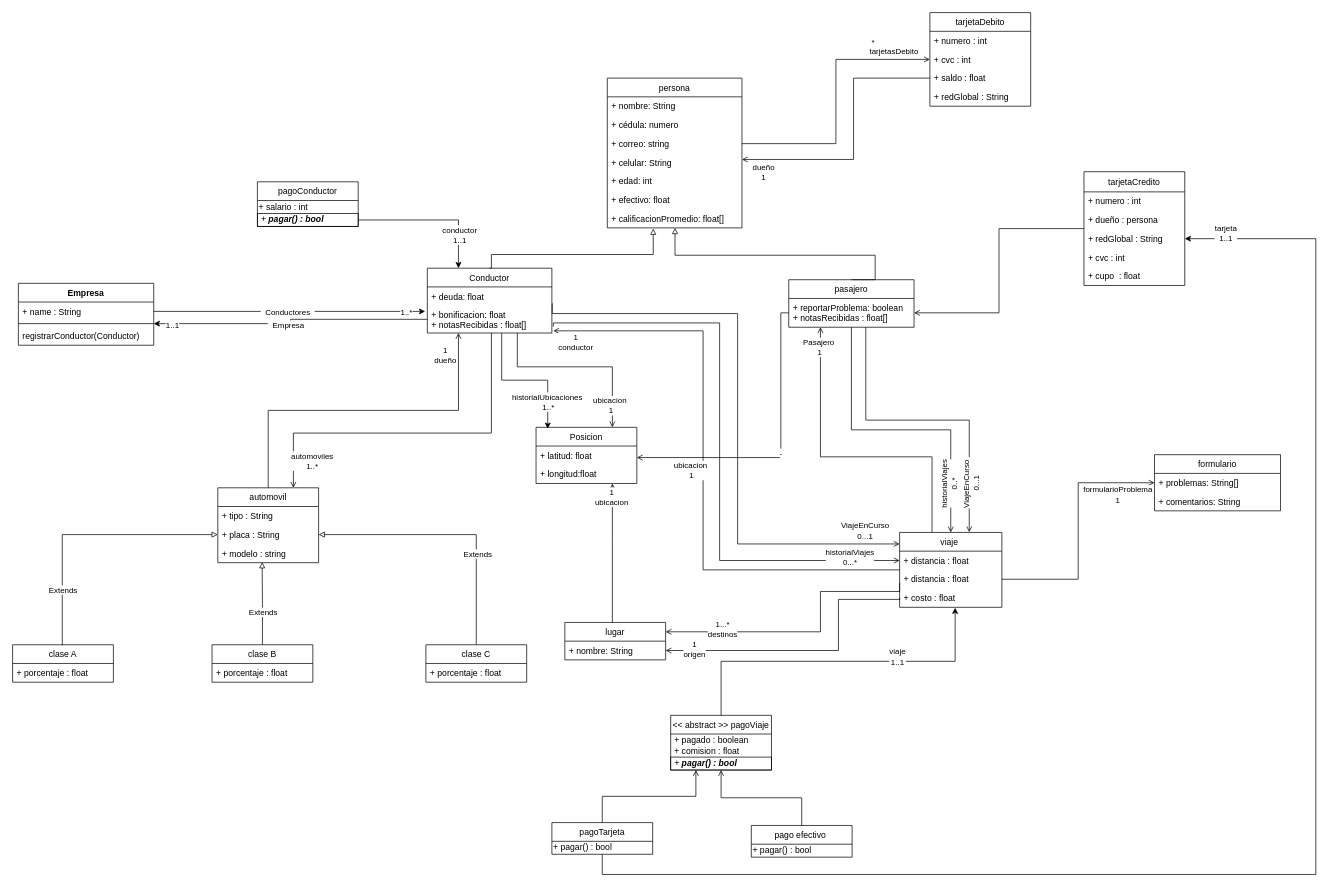
DPOO2022-1-SEC04-G08/Taller2 keeps this draw.io diagram as Untitled Diagram.drawio. Above is the earlier version. Source tidied: cells renumbered, new cells numbered last; positions are measured from the earlier drawing's top-left corner, leaving out a move shared by most shapes. Both pictures are drawn from the tidied source at 72%, with x=0, y=0 at pixel (12, 12).
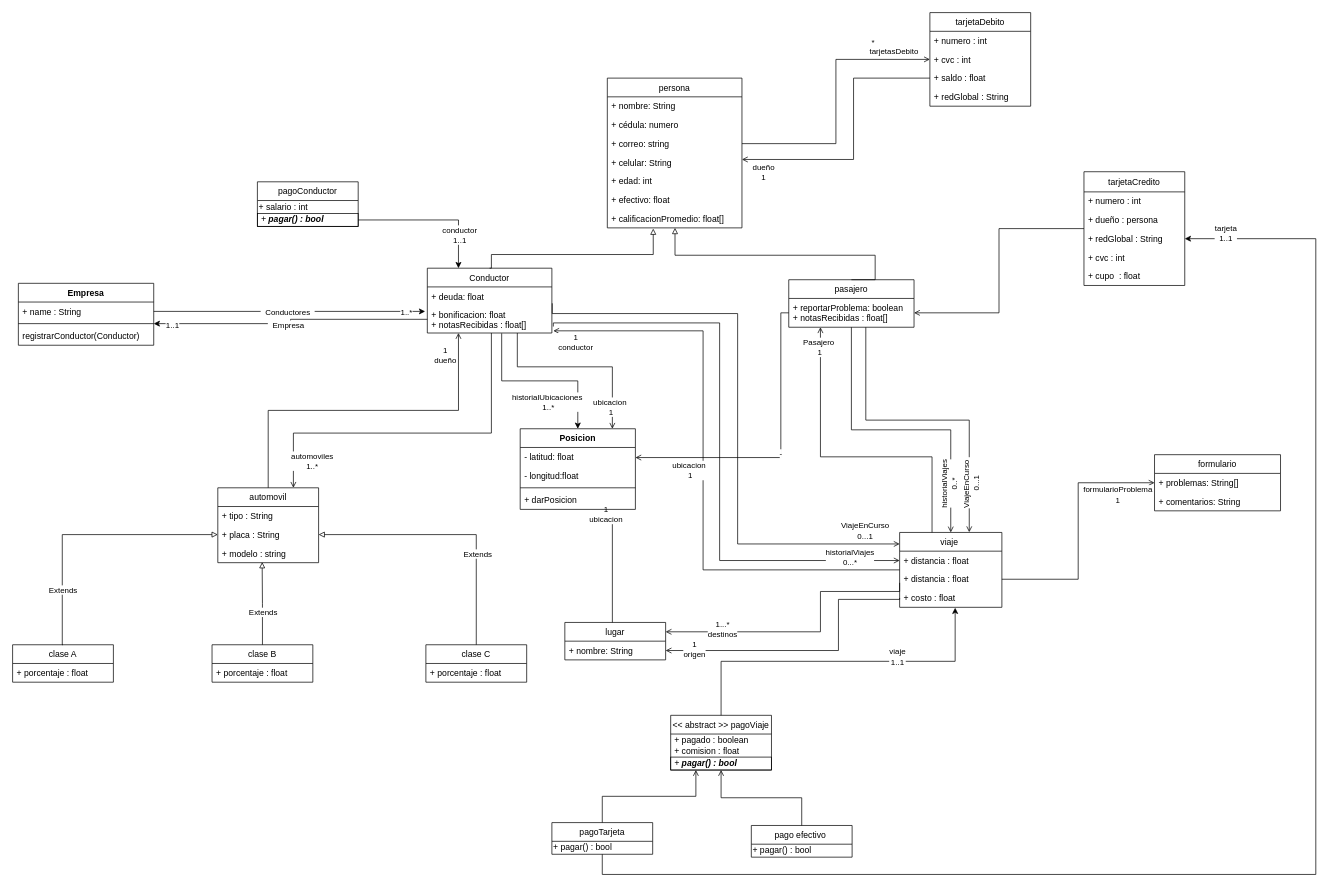
After the change.

Commit message:
primer diagrama

Unchanged cells that the change refers to:
```xml
<mxCell id="26" value="+ reportarProblema: boolean&#10;+ notasRecibidas : float[]&#10;" style="text;strokeColor=none;fillColor=none;align=left;verticalAlign=top;spacingLeft=4;spacingRight=4;overflow=hidden;points=[[0,0.5],[1,0.5]];portConstraint=eastwest;" parent="25" vertex="1">
  <mxGeometry y="26" width="174" height="40" as="geometry" />
</mxCell>
<mxCell id="43" value="+ bonificacion: float&#10;+ notasRecibidas : float[]" style="text;strokeColor=none;fillColor=none;align=left;verticalAlign=top;spacingLeft=4;spacingRight=4;overflow=hidden;points=[[0,0.5],[1,0.5]];portConstraint=eastwest;" parent="41" vertex="1">
  <mxGeometry y="52" width="173" height="38" as="geometry" />
</mxCell>
<mxCell id="46" value="lugar" style="swimlane;fontStyle=0;horizontal=1;startSize=26;fillColor=none;" parent="1" vertex="1">
  <mxGeometry x="767" y="847" width="140" height="52" as="geometry" />
</mxCell>
```

The edit, as a diff of the source:
```diff
@@
-    <mxCell id="23" value="-" style="edgeStyle=orthogonalEdgeStyle;rounded=0;jettySize=auto;html=1;entryX=1;entryY=0.5;entryDx=0;entryDy=0;endArrow=open;endFill=0;exitX=0;exitY=0.5;exitDx=0;exitDy=0;" parent="1" edge="1" source="26">
+    <mxCell id="23" value="-" style="edgeStyle=orthogonalEdgeStyle;rounded=0;jettySize=auto;html=1;endArrow=open;endFill=0;exitX=0;exitY=0.5;exitDx=0;exitDy=0;" parent="1" edge="1" source="26" target="122">
       <mxGeometry relative="1" as="geometry">
-        <mxPoint x="867" y="618" as="targetPoint" />
         <Array as="points">
           <mxPoint x="1067" y="417" />
           <mxPoint x="1067" y="618" />
         </Array>
       </mxGeometry>
     </mxCell>
@@
-    <mxCell id="44" style="edgeStyle=orthogonalEdgeStyle;rounded=0;jettySize=auto;html=1;endArrow=open;endFill=0;" parent="1" edge="1" source="46" target="102">
+    <mxCell id="44" style="edgeStyle=orthogonalEdgeStyle;rounded=0;jettySize=auto;html=1;endArrow=open;endFill=0;entryX=0.631;entryY=1.154;entryDx=0;entryDy=0;entryPerimeter=0;" parent="1" edge="1" source="46" target="125">
       <mxGeometry relative="1" as="geometry">
         <Array as="points">
-          <mxPoint x="833" y="732" />
-          <mxPoint x="833" y="732" />
+          <mxPoint x="833" y="694" />
         </Array>
       </mxGeometry>
     </mxCell>
@@
-    <mxCell id="100" value="Posicion" style="swimlane;fontStyle=0;horizontal=1;startSize=26;fillColor=none;" parent="1" vertex="1">
-      <mxGeometry x="727" y="576" width="140" height="78" as="geometry" />
-    </mxCell>
-    <mxCell id="101" value="+ latitud: float&#10;" style="text;strokeColor=none;fillColor=none;align=left;verticalAlign=top;spacingLeft=4;spacingRight=4;overflow=hidden;" parent="100" vertex="1">
-      <mxGeometry y="26" width="140" height="26" as="geometry" />
-    </mxCell>
-    <mxCell id="102" value="+ longitud:float" style="text;strokeColor=none;fillColor=none;align=left;verticalAlign=top;spacingLeft=4;spacingRight=4;overflow=hidden;points=[[0,0.5],[1,0.5]];portConstraint=eastwest;" parent="100" vertex="1">
-      <mxGeometry y="52" width="140" height="26" as="geometry" />
-    </mxCell>
@@
-    <mxCell id="120" style="edgeStyle=orthogonalEdgeStyle;rounded=0;jettySize=auto;html=1;entryX=0.116;entryY=0.026;entryDx=0;entryDy=0;entryPerimeter=0;exitX=0.597;exitY=1.011;exitDx=0;exitDy=0;exitPerimeter=0;" parent="1" edge="1" source="43" target="100">
+    <mxCell id="120" style="edgeStyle=orthogonalEdgeStyle;rounded=0;jettySize=auto;html=1;exitX=0.597;exitY=1.011;exitDx=0;exitDy=0;exitPerimeter=0;" parent="1" edge="1" source="43" target="100">
       <mxGeometry relative="1" as="geometry" />
     </mxCell>
@@
+    <mxCell id="100" value="Posicion" style="swimlane;fontStyle=1;align=center;verticalAlign=top;horizontal=1;startSize=26;" parent="1" vertex="1">
+      <mxGeometry x="705" y="578" width="160" height="112" as="geometry" />
+    </mxCell>
+    <mxCell id="122" value="- latitud: float" style="text;strokeColor=none;fillColor=none;align=left;verticalAlign=top;spacingLeft=4;spacingRight=4;overflow=hidden;points=[[0,0.5],[1,0.5]];portConstraint=eastwest;" parent="100" vertex="1">
+      <mxGeometry y="26" width="160" height="26" as="geometry" />
+    </mxCell>
+    <mxCell id="123" value="- longitud:float" style="text;strokeColor=none;fillColor=none;align=left;verticalAlign=top;spacingLeft=4;spacingRight=4;overflow=hidden;" parent="100" vertex="1">
+      <mxGeometry y="52" width="160" height="26" as="geometry" />
+    </mxCell>
+    <mxCell id="124" style="line;strokeWidth=1;fillColor=none;align=left;verticalAlign=middle;spacingTop=-1;spacingLeft=3;spacingRight=3;labelPosition=right;" parent="100" vertex="1">
+      <mxGeometry y="78" width="160" height="8" as="geometry" />
+    </mxCell>
+    <mxCell id="125" value="+ darPosicion" style="text;strokeColor=none;fillColor=none;align=left;verticalAlign=top;spacingLeft=4;spacingRight=4;overflow=hidden;points=[[0,0.5],[1,0.5]];portConstraint=eastwest;" parent="100" vertex="1">
+      <mxGeometry y="86" width="160" height="26" as="geometry" />
+    </mxCell>
```
